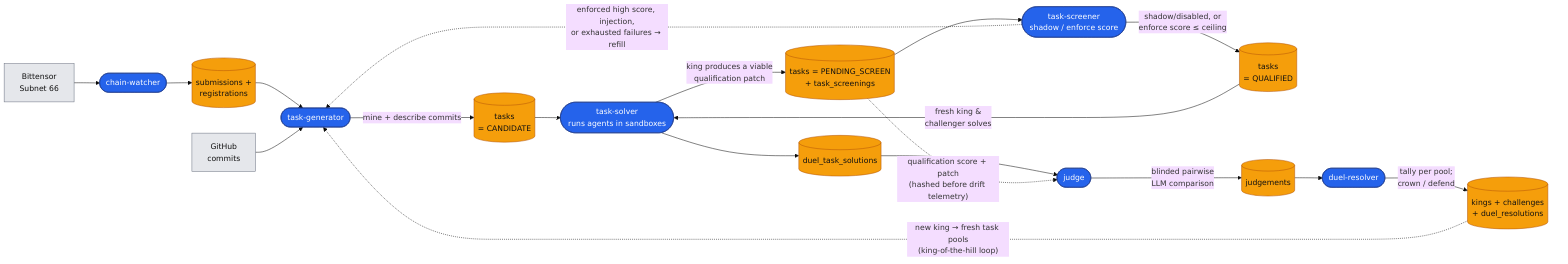
Above: docs/diagrams/system-overview.png in ninja-subnet/ninja-validator (Mermaid), before the change. Its source is kept beside it as docs/diagrams/system-overview.mmd.
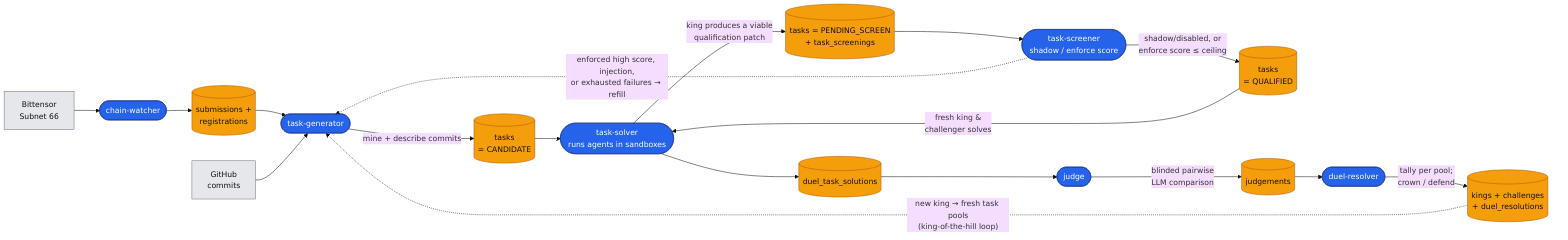
After the commit.

The edit, as a diff of the source:
```diff
@@ -30,7 +30,6 @@
     qualified -->|"fresh king &amp;<br/>challenger solves"| ts
     ts --> solutions
     solutions --> jd
-    screening -.->|"qualification score + patch<br/>(hashed before drift telemetry)"| jd
     jd -->|"blinded pairwise<br/>LLM comparison"| judg
     judg --> dr
     dr -->|"tally per pool;<br/>crown / defend"| reign
```
